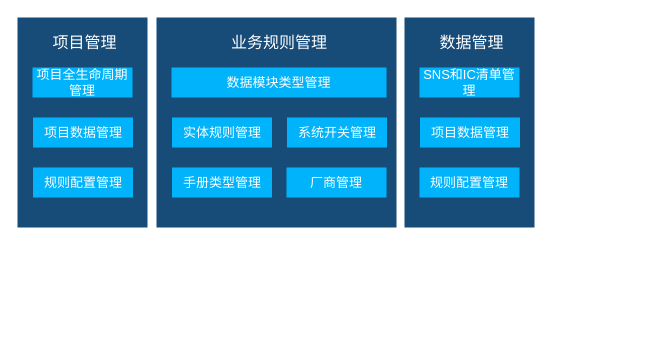
Earlier version of the draw.io diagram csdb/CSDB 业务架构图.drawio (DemonHan/KuickBuy). Source tidied: cells renumbered, new cells numbered last; positions are measured from the earlier drawing's top-left corner, leaving out a move shared by most shapes. Both pictures are drawn from the tidied source at 100%, with x=0, y=0 at pixel (17, 17).
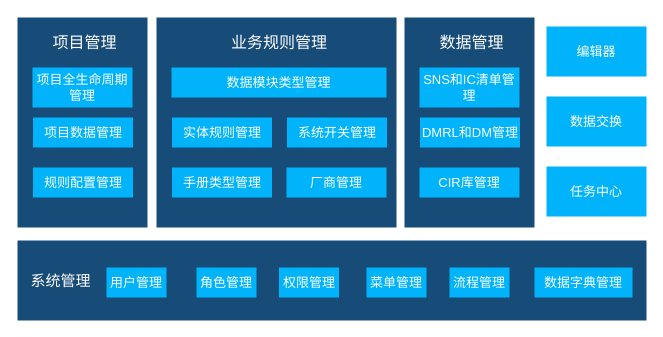
The same diagram, later.

Commit message (it also covers changes not shown here):
更新CSDB 业务架构图.drawio

Diff of the diagram source:
```diff
@@
     <mxCell id="3" value="&lt;font style=&quot;color: rgb(255, 255, 255); font-size: 13px;&quot;&gt;项目全生命周期管理&lt;/font&gt;" style="rounded=0;whiteSpace=wrap;html=1;fillColor=light-dark(#00b3fb, #1e4a76);strokeColor=none;" parent="1" vertex="1">
-      <mxGeometry x="15" y="50" width="100" height="30" as="geometry" />
+      <mxGeometry x="15" y="50" width="100" height="40" as="geometry" />
     </mxCell>
@@
     <mxCell id="15" value="&lt;font color=&quot;#ffffff&quot;&gt;&lt;span style=&quot;font-size: 13px;&quot;&gt;SNS和IC清单管理&lt;/span&gt;&lt;/font&gt;" style="rounded=0;whiteSpace=wrap;html=1;fillColor=light-dark(#00b3fb, #1e4a76);strokeColor=none;" parent="1" vertex="1">
-      <mxGeometry x="402" y="50" width="100" height="30" as="geometry" />
+      <mxGeometry x="402" y="50" width="100" height="40" as="geometry" />
     </mxCell>
@@
-    <mxCell id="17" value="&lt;font color=&quot;#ffffff&quot;&gt;&lt;span style=&quot;font-size: 13px;&quot;&gt;项目数据管理&lt;/span&gt;&lt;/font&gt;" style="rounded=0;whiteSpace=wrap;html=1;fillColor=light-dark(#00b3fb, #1e4a76);strokeColor=none;" parent="1" vertex="1">
+    <mxCell id="17" value="&lt;font color=&quot;#ffffff&quot;&gt;&lt;span style=&quot;font-size: 13px;&quot;&gt;DMRL和DM管理&lt;/span&gt;&lt;/font&gt;" style="rounded=0;whiteSpace=wrap;html=1;fillColor=light-dark(#00b3fb, #1e4a76);strokeColor=none;" parent="1" vertex="1">
       <mxGeometry x="402.5" y="100" width="100" height="30" as="geometry" />
     </mxCell>
-    <mxCell id="18" value="&lt;font color=&quot;#ffffff&quot;&gt;&lt;span style=&quot;font-size: 13px;&quot;&gt;规则配置管理&lt;/span&gt;&lt;/font&gt;" style="rounded=0;whiteSpace=wrap;html=1;fillColor=light-dark(#00b3fb, #1e4a76);strokeColor=none;" parent="1" vertex="1">
+    <mxCell id="18" value="&lt;font color=&quot;#ffffff&quot;&gt;&lt;span style=&quot;font-size: 13px;&quot;&gt;CIR库管理&lt;/span&gt;&lt;/font&gt;" style="rounded=0;whiteSpace=wrap;html=1;fillColor=light-dark(#00b3fb, #1e4a76);strokeColor=none;" parent="1" vertex="1">
       <mxGeometry x="402" y="150" width="100" height="30" as="geometry" />
     </mxCell>
+    <mxCell id="19" style="rounded=0;whiteSpace=wrap;html=1;fillColor=light-dark(#174c79, #6894c8);strokeColor=none;" parent="1" vertex="1">
+      <mxGeometry y="223" width="629" height="80" as="geometry" />
+    </mxCell>
+    <mxCell id="20" value="系统管理" style="text;html=1;align=center;verticalAlign=middle;whiteSpace=wrap;rounded=0;fontColor=light-dark(#ffffff, #ededed);fontSize=15;" parent="1" vertex="1">
+      <mxGeometry x="5.5" y="248" width="75" height="30" as="geometry" />
+    </mxCell>
+    <mxCell id="21" value="&lt;font color=&quot;#ffffff&quot;&gt;&lt;span style=&quot;font-size: 13px;&quot;&gt;用户管理&lt;/span&gt;&lt;/font&gt;" style="rounded=0;whiteSpace=wrap;html=1;fillColor=light-dark(#00b3fb, #1e4a76);strokeColor=none;" parent="1" vertex="1">
+      <mxGeometry x="89" y="250" width="60" height="30" as="geometry" />
+    </mxCell>
+    <mxCell id="22" value="&lt;font color=&quot;#ffffff&quot;&gt;&lt;span style=&quot;font-size: 13px;&quot;&gt;角色管理&lt;/span&gt;&lt;/font&gt;" style="rounded=0;whiteSpace=wrap;html=1;fillColor=light-dark(#00b3fb, #1e4a76);strokeColor=none;" parent="1" vertex="1">
+      <mxGeometry x="179" y="250" width="60" height="30" as="geometry" />
+    </mxCell>
+    <mxCell id="23" value="&lt;font color=&quot;#ffffff&quot;&gt;&lt;span style=&quot;font-size: 13px;&quot;&gt;权限管理&lt;/span&gt;&lt;/font&gt;" style="rounded=0;whiteSpace=wrap;html=1;fillColor=light-dark(#00b3fb, #1e4a76);strokeColor=none;" parent="1" vertex="1">
+      <mxGeometry x="261.5" y="250" width="60" height="30" as="geometry" />
+    </mxCell>
+    <mxCell id="24" value="&lt;font color=&quot;#ffffff&quot;&gt;&lt;span style=&quot;font-size: 13px;&quot;&gt;菜单管理&lt;/span&gt;&lt;/font&gt;" style="rounded=0;whiteSpace=wrap;html=1;fillColor=light-dark(#00b3fb, #1e4a76);strokeColor=none;" parent="1" vertex="1">
+      <mxGeometry x="349" y="250" width="60" height="30" as="geometry" />
+    </mxCell>
+    <mxCell id="25" value="&lt;font color=&quot;#ffffff&quot;&gt;&lt;span style=&quot;font-size: 13px;&quot;&gt;流程管理&lt;/span&gt;&lt;/font&gt;" style="rounded=0;whiteSpace=wrap;html=1;fillColor=light-dark(#00b3fb, #1e4a76);strokeColor=none;" parent="1" vertex="1">
+      <mxGeometry x="432" y="250" width="60" height="30" as="geometry" />
+    </mxCell>
+    <mxCell id="26" value="&lt;font color=&quot;#ffffff&quot;&gt;&lt;span style=&quot;font-size: 13px;&quot;&gt;数据字典管理&lt;/span&gt;&lt;/font&gt;" style="rounded=0;whiteSpace=wrap;html=1;fillColor=light-dark(#00b3fb, #1e4a76);strokeColor=none;" parent="1" vertex="1">
+      <mxGeometry x="517" y="250" width="98" height="30" as="geometry" />
+    </mxCell>
+    <mxCell id="27" value="&lt;font color=&quot;#ffffff&quot;&gt;&lt;span style=&quot;font-size: 13px;&quot;&gt;编辑器&lt;/span&gt;&lt;/font&gt;" style="rounded=0;whiteSpace=wrap;html=1;fillColor=light-dark(#00b3fb, #1e4a76);strokeColor=none;" parent="1" vertex="1">
+      <mxGeometry x="529" y="9" width="100" height="50" as="geometry" />
+    </mxCell>
+    <mxCell id="28" value="&lt;font color=&quot;#ffffff&quot;&gt;&lt;span style=&quot;font-size: 13px;&quot;&gt;数据交换&lt;/span&gt;&lt;/font&gt;" style="rounded=0;whiteSpace=wrap;html=1;fillColor=light-dark(#00b3fb, #1e4a76);strokeColor=none;" parent="1" vertex="1">
+      <mxGeometry x="529" y="79" width="100" height="50" as="geometry" />
+    </mxCell>
+    <mxCell id="29" value="&lt;font color=&quot;#ffffff&quot;&gt;&lt;span style=&quot;font-size: 13px;&quot;&gt;任务中心&lt;/span&gt;&lt;/font&gt;" style="rounded=0;whiteSpace=wrap;html=1;fillColor=light-dark(#00b3fb, #1e4a76);strokeColor=none;" parent="1" vertex="1">
+      <mxGeometry x="529" y="149" width="100" height="50" as="geometry" />
+    </mxCell>
```
